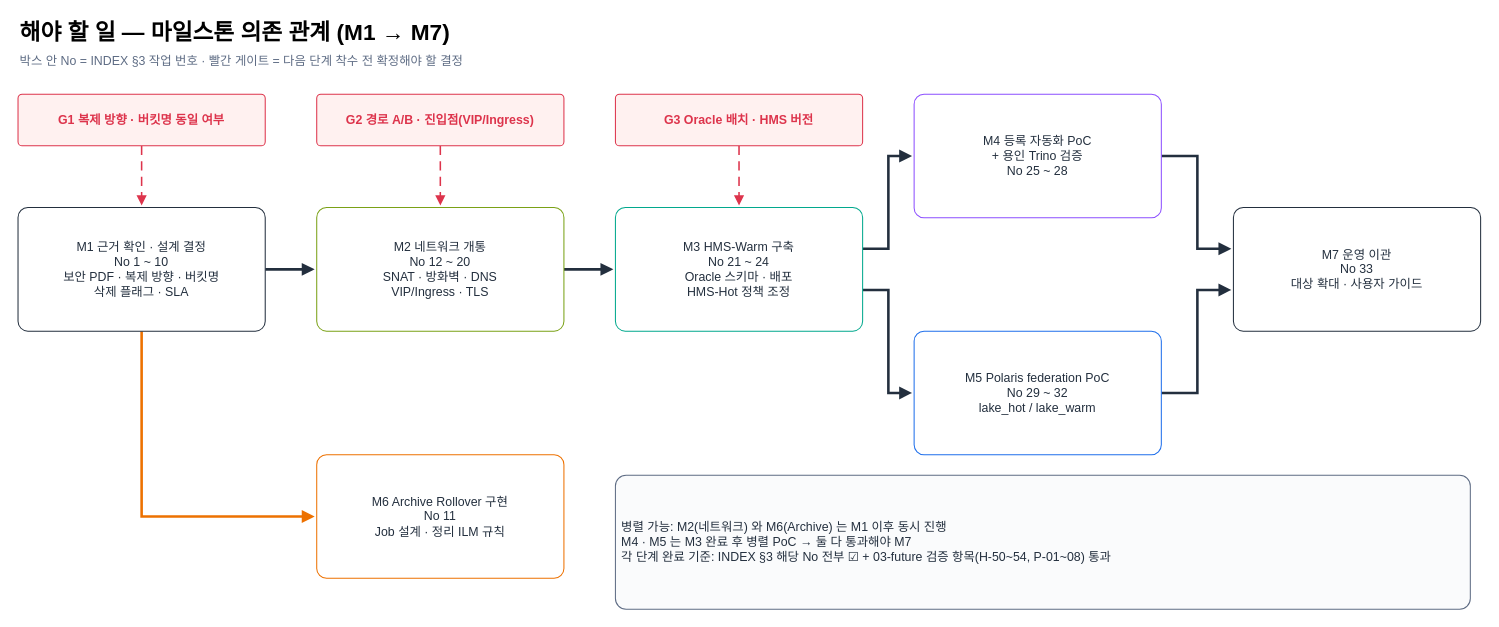
This is docs/aistor-replication-review/diagrams/i7-todo-milestones.drawio from kronenz/fluent-bit, a draw.io file, before an edit. Source tidied: cells renumbered, new cells numbered last; positions are measured from the earlier drawing's top-left corner, leaving out a move shared by most shapes. Both pictures are drawn from the tidied source at 103%, with x=0, y=0 at pixel (18, 18).
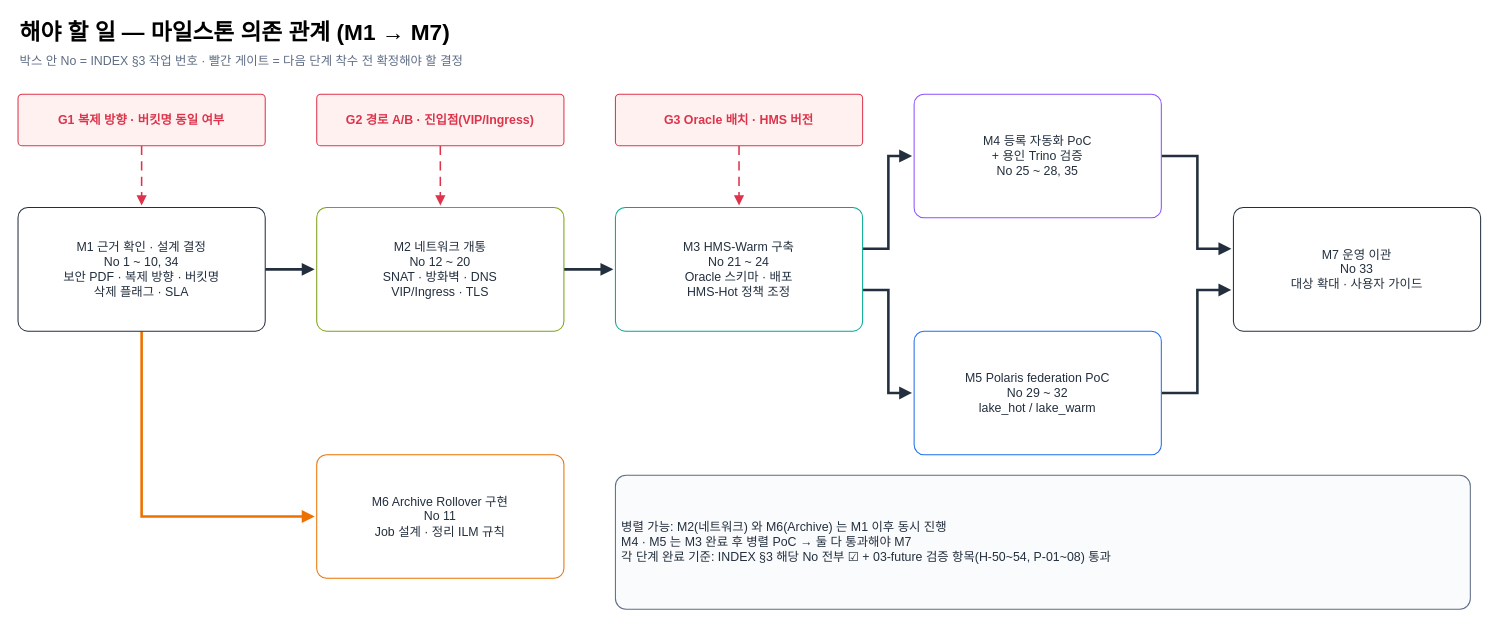
After the change.

The edit, as a diff of the source:
```diff
@@
-    <mxCell id="12" value="M1 근거 확인 · 설계 결정&lt;br&gt;No 1 ~ 10&lt;br&gt;보안 PDF · 복제 방향 · 버킷명&lt;br&gt;삭제 플래그 · SLA" style="rounded=1;arcSize=8;whiteSpace=wrap;html=1;fillColor=#FFFFFF;strokeColor=#232F3E;fontSize=12;fontColor=#232F3E;fontStyle=0;align=center;spacing=6;" parent="1" vertex="1">
+    <mxCell id="12" value="M1 근거 확인 · 설계 결정&lt;br&gt;No 1 ~ 10, 34&lt;br&gt;보안 PDF · 복제 방향 · 버킷명&lt;br&gt;삭제 플래그 · SLA" style="rounded=1;arcSize=8;whiteSpace=wrap;html=1;fillColor=#FFFFFF;strokeColor=#232F3E;fontSize=12;fontColor=#232F3E;fontStyle=0;align=center;spacing=6;" parent="1" vertex="1">
       <mxGeometry y="184" width="240" height="120" as="geometry" />
     </mxCell>
@@
-    <mxCell id="15" value="M4 등록 자동화 PoC&lt;br&gt;+ 용인 Trino 검증&lt;br&gt;No 25 ~ 28" style="rounded=1;arcSize=8;whiteSpace=wrap;html=1;fillColor=#FFFFFF;strokeColor=#8C4FFF;fontSize=12;fontColor=#232F3E;fontStyle=0;align=center;spacing=6;" parent="1" vertex="1">
+    <mxCell id="15" value="M4 등록 자동화 PoC&lt;br&gt;+ 용인 Trino 검증&lt;br&gt;No 25 ~ 28, 35" style="rounded=1;arcSize=8;whiteSpace=wrap;html=1;fillColor=#FFFFFF;strokeColor=#8C4FFF;fontSize=12;fontColor=#232F3E;fontStyle=0;align=center;spacing=6;" parent="1" vertex="1">
       <mxGeometry x="870" y="74" width="240" height="120" as="geometry" />
     </mxCell>
```
